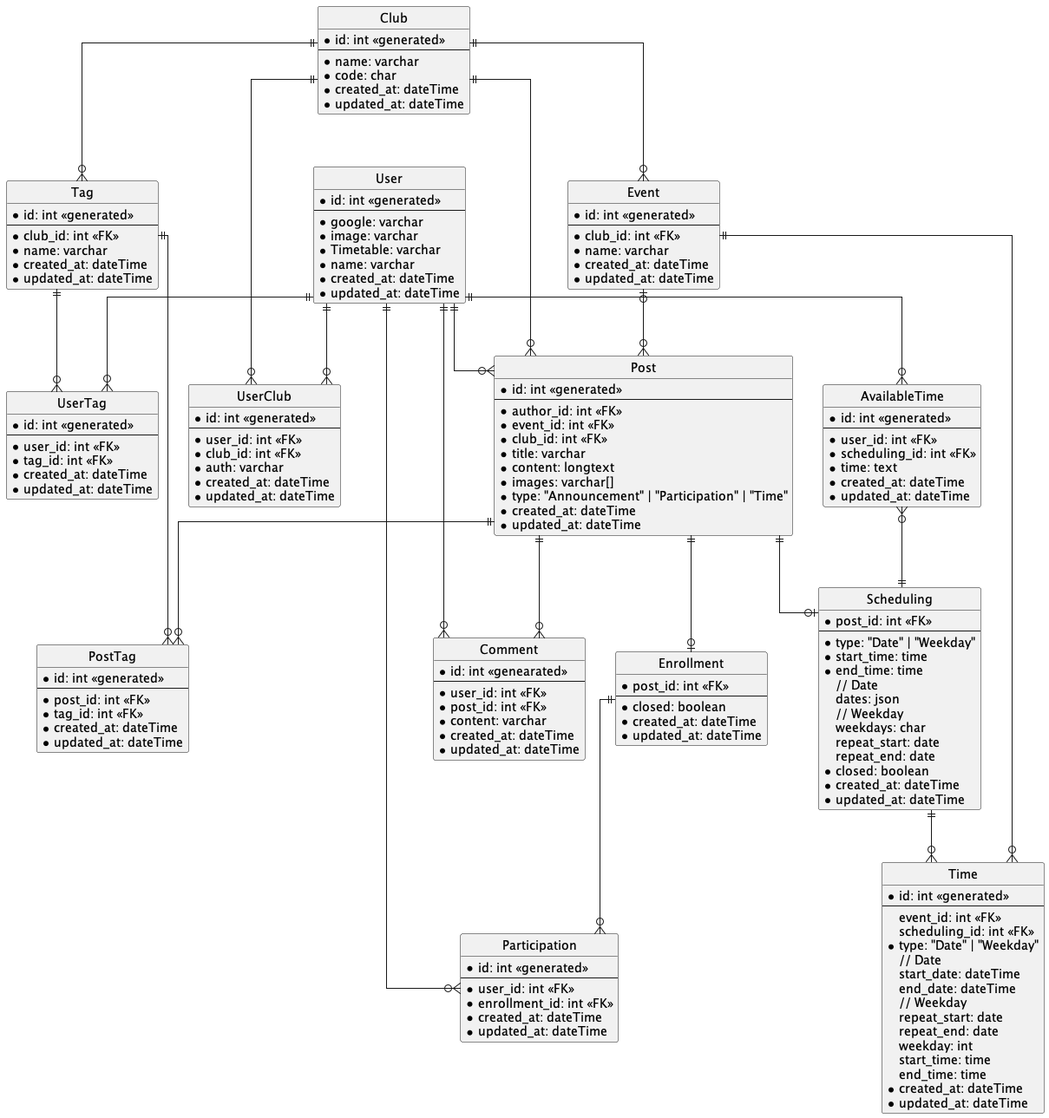
This is udong-backend/docs/Udong.png from swsnu/swppfall2022-team1, a PlantUML export, as it was before one commit.
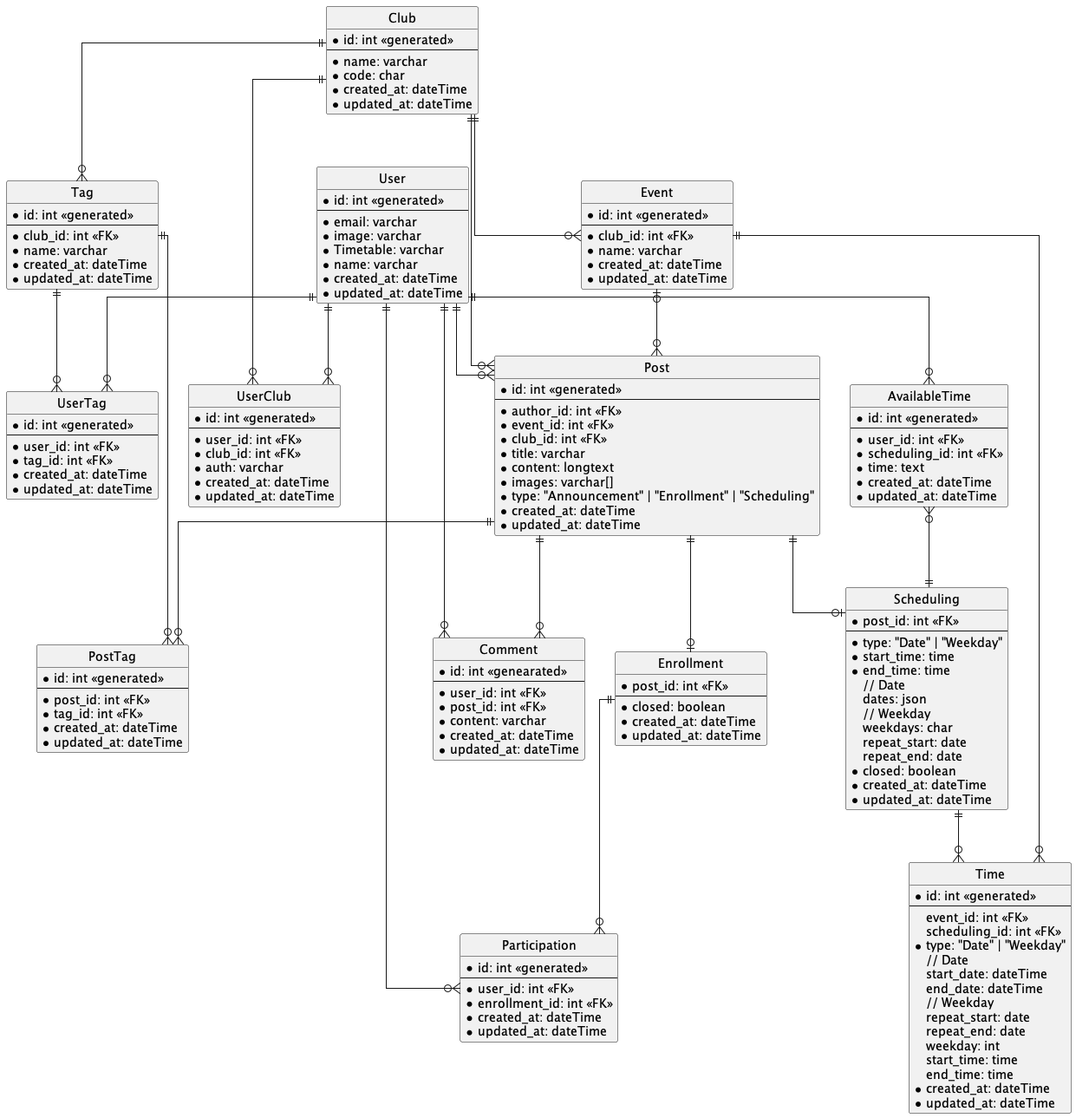
The same diagram one commit later.

Commit message:
:memo: Update schema image (#169)

What changed in the source:
```diff
@@ -6,7 +6,7 @@
 entity User {
   *id: int <<generated>>
   --
-  *google: varchar
+  *email: varchar
   *image: varchar
   *Timetable: varchar
   *name: varchar
@@ -88,7 +88,7 @@
   *title: varchar
   *content: longtext
   *images: varchar[]
-  *type: "Announcement" | "Participation" | "Time"
+  *type: "Announcement" | "Enrollment" | "Scheduling"
   *created_at: dateTime
   *updated_at: dateTime
 }
```
